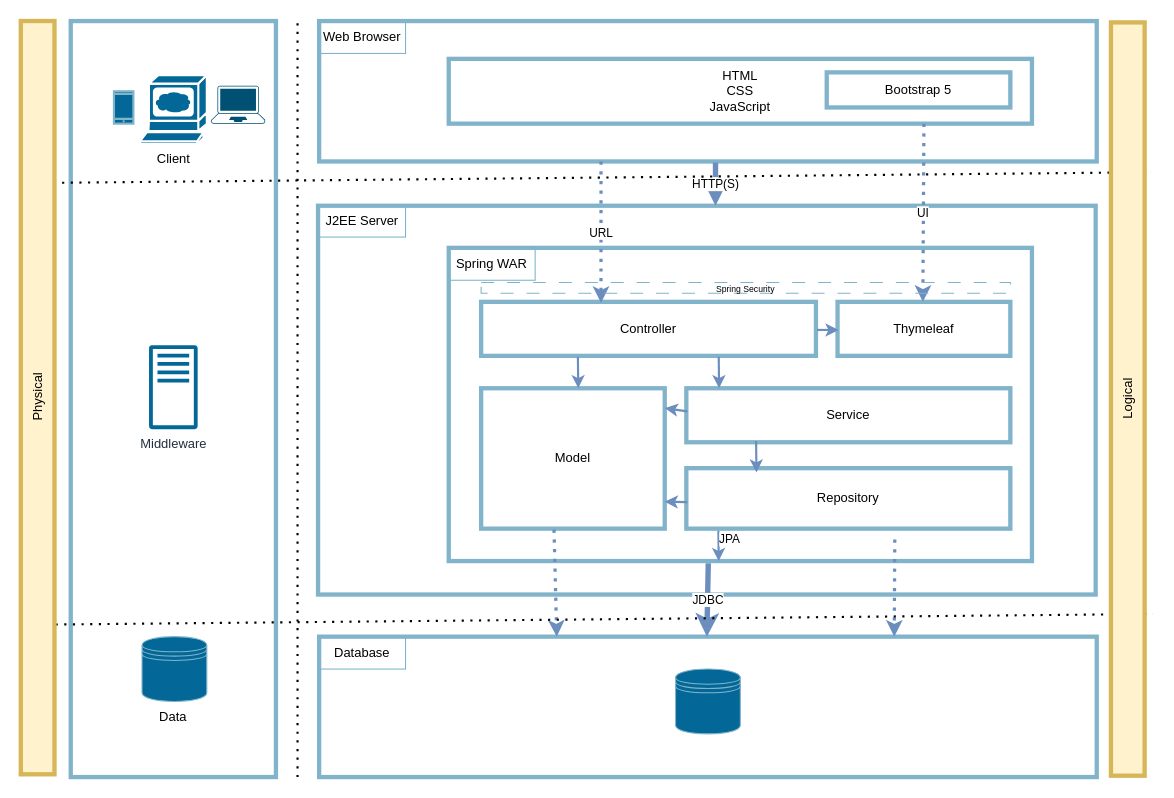
The draw.io diagram documents/diagrams/Architecture.drawio in lamthaithanhlong/student-project, before the edit. Source tidied: cells renumbered, new cells numbered last; positions are measured from the earlier drawing's top-left corner, leaving out a move shared by most shapes. Both pictures are drawn from the tidied source at 108%, with x=0, y=0 at pixel (-339, 21).
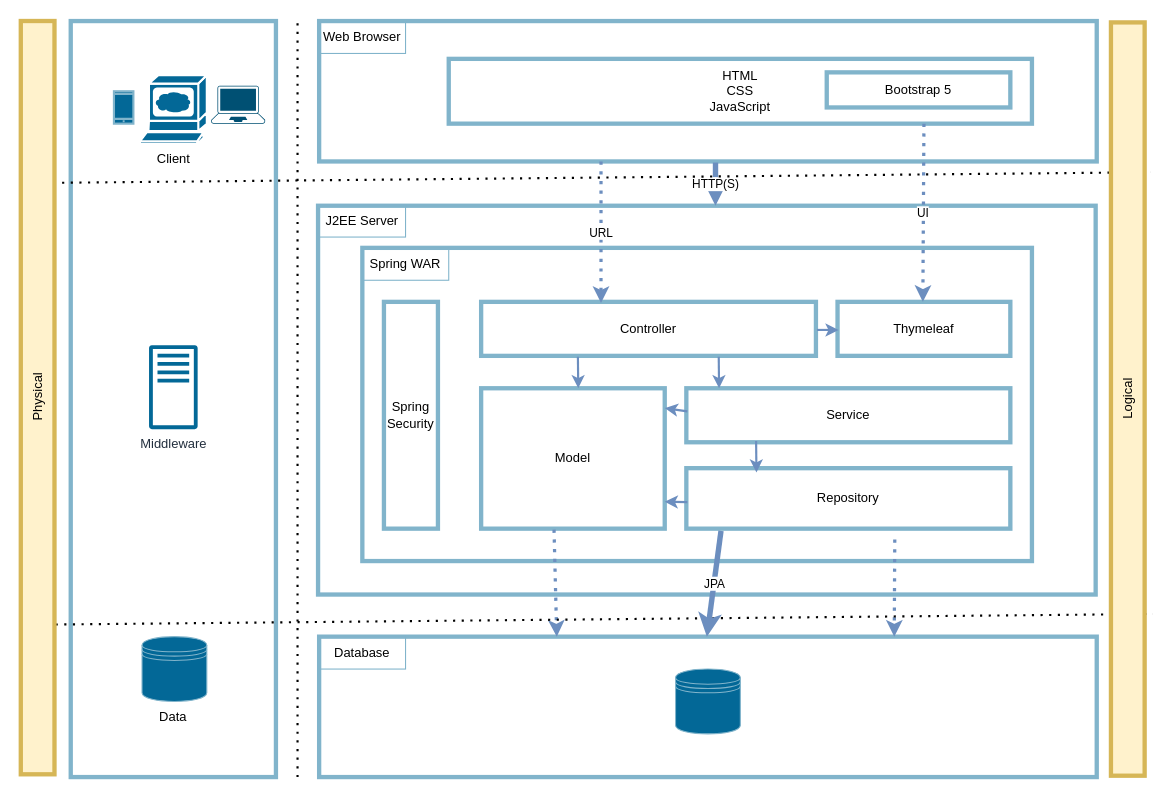
Above is the later version.

Commit message (it also covers changes not shown here):
Architecture diagram updated to show security layer

Unchanged cells that the change refers to:
```xml
<mxCell id="27" value="Repository" style="rounded=0;whiteSpace=wrap;html=1;strokeColor=#81b4cb;strokeWidth=4;fillColor=none;" parent="1" vertex="1">
  <mxGeometry x="949" y="414" width="300" height="56" as="geometry" />
</mxCell>
```

Change to the diagram source:
```diff
@@
-    <mxCell id="17" value="JDBC" style="endArrow=classic;html=1;rounded=0;entryX=0.5;entryY=0;entryDx=0;entryDy=0;exitX=0.469;exitY=1.007;exitDx=0;exitDy=0;fillColor=#dae8fc;strokeColor=#6c8ebf;strokeWidth=5;exitPerimeter=0;" parent="1" edge="1">
-      <mxGeometry relative="1" as="geometry">
-        <mxPoint x="969.3" y="502" as="sourcePoint" />
-        <mxPoint x="968" y="570" as="targetPoint" />
-      </mxGeometry>
-    </mxCell>
@@
     <mxCell id="21" style="rounded=0;whiteSpace=wrap;html=1;strokeColor=#81b4cb;strokeWidth=4;fillColor=none;" parent="1" vertex="1">
-      <mxGeometry x="729" y="210" width="540" height="290" as="geometry" />
+      <mxGeometry x="649" y="210" width="620" height="290" as="geometry" />
     </mxCell>
     <mxCell id="22" value="Spring WAR" style="text;html=1;strokeColor=#81b4cb;fillColor=none;align=center;verticalAlign=middle;whiteSpace=wrap;rounded=0;" parent="1" vertex="1">
-      <mxGeometry x="729" y="210" width="80" height="30" as="geometry" />
+      <mxGeometry x="649" y="210" width="80" height="30" as="geometry" />
     </mxCell>
@@
+    <mxCell id="43" value="JPA" style="endArrow=classic;html=1;rounded=0;entryX=0.5;entryY=0;entryDx=0;entryDy=0;exitX=0.107;exitY=1.036;exitDx=0;exitDy=0;fillColor=#dae8fc;strokeColor=#6c8ebf;strokeWidth=5;exitPerimeter=0;" parent="1" edge="1" source="27">
+      <mxGeometry relative="1" as="geometry">
+        <mxPoint x="968" y="570" as="targetPoint" />
+      </mxGeometry>
+    </mxCell>
-    <mxCell id="42" value="&lt;font style=&quot;font-size: 8px;&quot;&gt;Spring Security&lt;/font&gt;" style="rounded=0;whiteSpace=wrap;html=1;fillColor=none;dashed=1;dashPattern=12 12;strokeColor=#81b4cb;" parent="1" vertex="1">
-      <mxGeometry x="759" y="242" width="490" height="10" as="geometry" />
+    <mxCell id="42" value="&lt;font color=&quot;#010000&quot;&gt;Spring Security&lt;/font&gt;" style="rounded=0;whiteSpace=wrap;html=1;gradientColor=none;strokeWidth=4;strokeColor=#81B4CB;" parent="1" vertex="1">
+      <mxGeometry x="669" y="260" width="50" height="210" as="geometry" />
     </mxCell>
-    <mxCell id="43" value="JPA" style="endArrow=classic;html=1;rounded=0;fillColor=#dae8fc;strokeColor=#6c8ebf;strokeWidth=2;exitX=0.099;exitY=1.034;exitDx=0;exitDy=0;exitPerimeter=0;" parent="1" edge="1" source="27">
-      <mxGeometry x="-0.42" y="10" relative="1" as="geometry">
-        <mxPoint x="979" y="500" as="targetPoint" />
-      </mxGeometry>
-    </mxCell>
```
